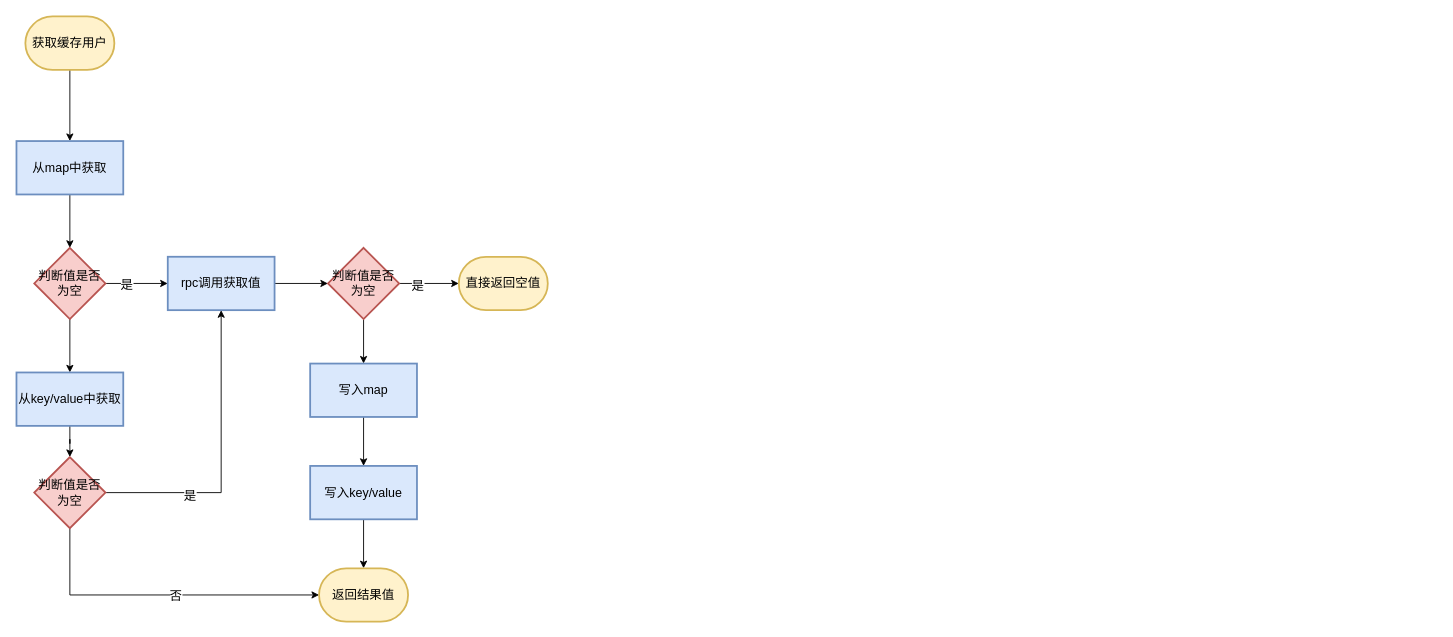
Above: 中台/用户中心/大hash优化.drawio in gudujiujian11/diagram (draw.io), before the change. Source tidied: cells renumbered, new cells numbered last; positions are measured from the earlier drawing's top-left corner, leaving out a move shared by most shapes. Both pictures are drawn from the tidied source at 89%, with x=0, y=0 at pixel (16, 16).
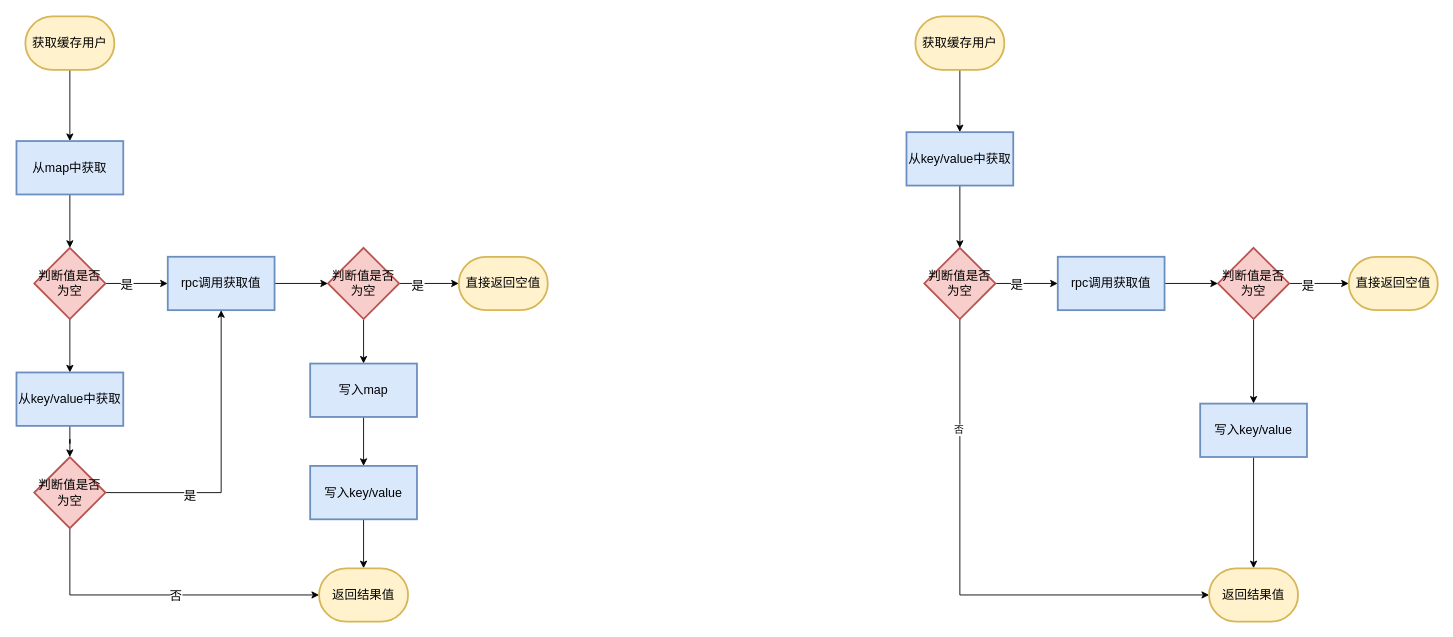
Above is the later version.

Commit message:
更新大hash优化.drawio

What changed in the source:
```diff
@@
+    <mxCell id="29" style="edgeStyle=orthogonalEdgeStyle;rounded=0;jettySize=auto;html=1;entryX=0.5;entryY=0;entryDx=0;entryDy=0;" parent="1" edge="1" source="30" target="47">
+      <mxGeometry relative="1" as="geometry" />
+    </mxCell>
+    <mxCell id="30" value="获取缓存用户" style="strokeWidth=2;html=1;shape=mxgraph.flowchart.terminator;whiteSpace=wrap;fontSize=14;fillColor=#fff2cc;strokeColor=#d6b656;" parent="1" vertex="1">
+      <mxGeometry x="1010" width="100" height="60" as="geometry" />
+    </mxCell>
+    <mxCell id="31" style="edgeStyle=orthogonalEdgeStyle;rounded=0;jettySize=auto;html=1;fontSize=14;" parent="1" edge="1" source="35" target="37">
+      <mxGeometry relative="1" as="geometry" />
+    </mxCell>
+    <mxCell id="32" value="是" style="edgeLabel;html=1;align=center;verticalAlign=middle;fontSize=14;" parent="31" vertex="1">
+      <mxGeometry x="-0.33" relative="1" as="geometry">
+        <mxPoint y="1" as="offset" />
+      </mxGeometry>
+    </mxCell>
+    <mxCell id="33" style="edgeStyle=orthogonalEdgeStyle;rounded=0;jettySize=auto;html=1;entryX=0;entryY=0.5;entryDx=0;entryDy=0;entryPerimeter=0;" parent="1" edge="1" source="35" target="45">
+      <mxGeometry relative="1" as="geometry">
+        <Array as="points">
+          <mxPoint x="1060" y="650" />
+        </Array>
+      </mxGeometry>
+    </mxCell>
+    <mxCell id="34" value="否" style="edgeLabel;html=1;align=center;verticalAlign=middle;" parent="33" vertex="1">
+      <mxGeometry x="-0.58" y="-2" relative="1" as="geometry" />
+    </mxCell>
+    <mxCell id="35" value="判断值是否为空" style="rhombus;whiteSpace=wrap;html=1;strokeWidth=2;fontSize=14;fillColor=#f8cecc;strokeColor=#b85450;" parent="1" vertex="1">
+      <mxGeometry x="1020" y="260" width="80" height="80" as="geometry" />
+    </mxCell>
+    <mxCell id="36" style="edgeStyle=orthogonalEdgeStyle;rounded=0;jettySize=auto;html=1;entryX=0;entryY=0.5;entryDx=0;entryDy=0;fontSize=14;" parent="1" edge="1" source="37" target="41">
+      <mxGeometry relative="1" as="geometry" />
+    </mxCell>
+    <mxCell id="37" value="rpc调用获取值" style="whiteSpace=wrap;html=1;strokeWidth=2;fontSize=14;fillColor=#dae8fc;strokeColor=#6c8ebf;" parent="1" vertex="1">
+      <mxGeometry x="1170" y="270" width="120" height="60" as="geometry" />
+    </mxCell>
+    <mxCell id="38" style="edgeStyle=orthogonalEdgeStyle;rounded=0;jettySize=auto;html=1;fontSize=14;" parent="1" edge="1" source="41" target="42">
+      <mxGeometry relative="1" as="geometry" />
+    </mxCell>
+    <mxCell id="39" value="是" style="edgeLabel;html=1;align=center;verticalAlign=middle;fontSize=14;" parent="38" vertex="1">
+      <mxGeometry x="-0.4" y="-1" relative="1" as="geometry">
+        <mxPoint y="1" as="offset" />
+      </mxGeometry>
+    </mxCell>
+    <mxCell id="40" style="edgeStyle=orthogonalEdgeStyle;rounded=0;jettySize=auto;html=1;" parent="1" edge="1" source="41" target="44">
+      <mxGeometry relative="1" as="geometry" />
+    </mxCell>
+    <mxCell id="41" value="判断值是否为空" style="rhombus;whiteSpace=wrap;html=1;strokeWidth=2;fontSize=14;fillColor=#f8cecc;strokeColor=#b85450;" parent="1" vertex="1">
+      <mxGeometry x="1350" y="260" width="80" height="80" as="geometry" />
+    </mxCell>
+    <mxCell id="42" value="直接返回空值" style="strokeWidth=2;html=1;shape=mxgraph.flowchart.terminator;whiteSpace=wrap;fontSize=14;fillColor=#fff2cc;strokeColor=#d6b656;" parent="1" vertex="1">
+      <mxGeometry x="1497" y="270" width="100" height="60" as="geometry" />
+    </mxCell>
+    <mxCell id="43" style="edgeStyle=orthogonalEdgeStyle;rounded=0;jettySize=auto;html=1;fontSize=14;" parent="1" edge="1" source="44" target="45">
+      <mxGeometry relative="1" as="geometry" />
+    </mxCell>
+    <mxCell id="44" value="写入key/value" style="whiteSpace=wrap;html=1;strokeWidth=2;fontSize=14;fillColor=#dae8fc;strokeColor=#6c8ebf;" parent="1" vertex="1">
+      <mxGeometry x="1330" y="435" width="120" height="60" as="geometry" />
+    </mxCell>
+    <mxCell id="45" value="返回结果值" style="strokeWidth=2;html=1;shape=mxgraph.flowchart.terminator;whiteSpace=wrap;fontSize=14;fillColor=#fff2cc;strokeColor=#d6b656;" parent="1" vertex="1">
+      <mxGeometry x="1340" y="620" width="100" height="60" as="geometry" />
+    </mxCell>
+    <mxCell id="46" style="edgeStyle=orthogonalEdgeStyle;rounded=0;jettySize=auto;html=1;entryX=0.5;entryY=0;entryDx=0;entryDy=0;" parent="1" edge="1" source="47" target="35">
+      <mxGeometry relative="1" as="geometry" />
+    </mxCell>
+    <mxCell id="47" value="从key/value中获取" style="whiteSpace=wrap;html=1;fontSize=14;strokeWidth=2;fillColor=#dae8fc;strokeColor=#6c8ebf;" parent="1" vertex="1">
+      <mxGeometry x="1000" y="130" width="120" height="60" as="geometry" />
+    </mxCell>
```
